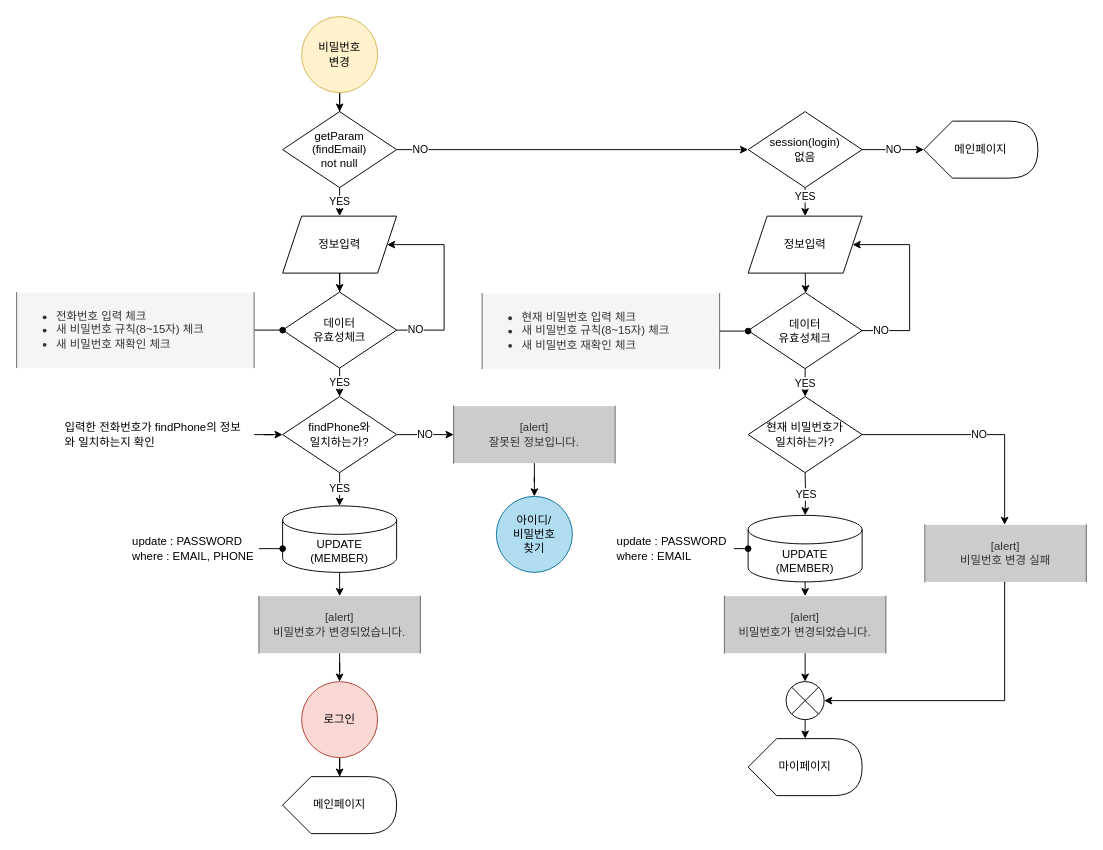
The draw.io diagram page "비밀번호 변경" (5 of 8) of 설계/데이터흐름도/회원 flowchart(혜진).drawio in hjkim27/TEAM_Project, before the edit. Source tidied: cells renumbered, new cells numbered last; positions are measured from the earlier drawing's top-left corner, leaving out a move shared by most shapes. Both pictures are drawn from the tidied source at 95%, with x=0, y=0 at pixel (16, 16).
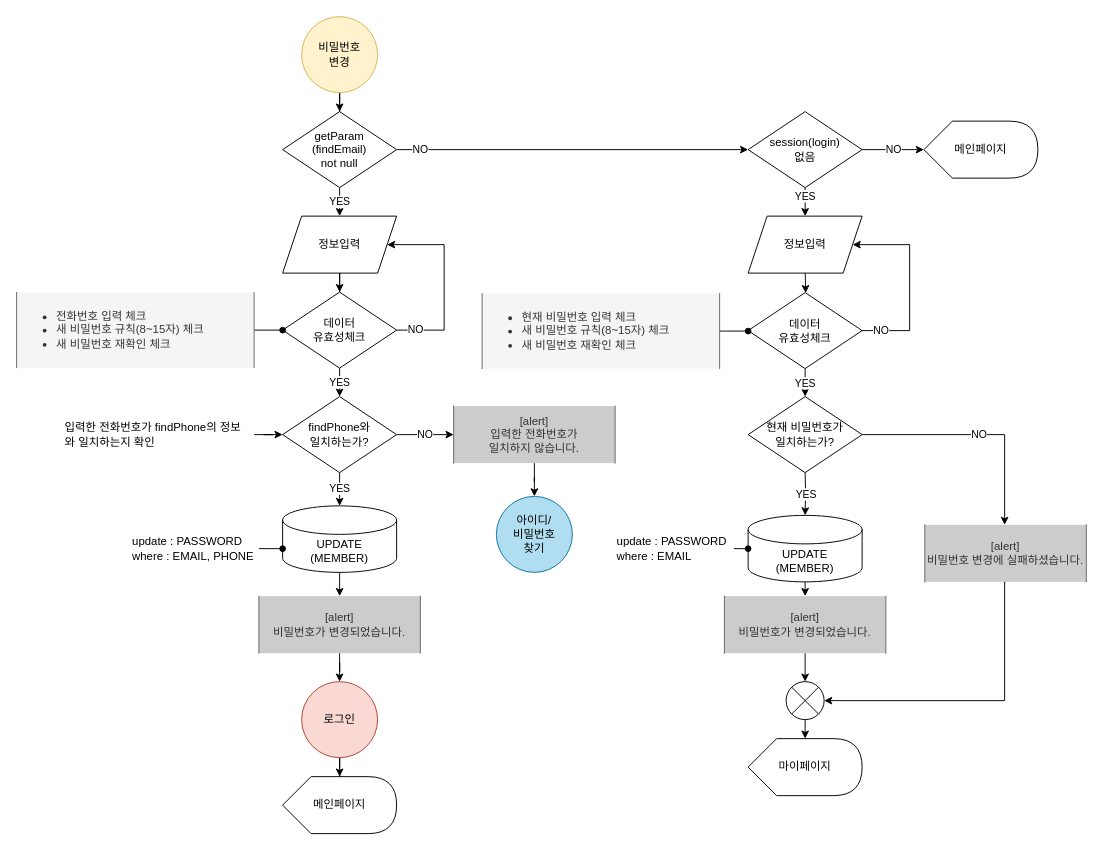
The same diagram, later.

Diff of the diagram source:
```diff
@@
-    <mxCell id="25" value="[alert]&lt;br&gt;잘못된 정보입니다." style="shape=partialRectangle;whiteSpace=wrap;html=1;bottom=0;top=0;fillColor=#CCCCCC;align=center;strokeColor=#666666;fontColor=#333333;" parent="1" vertex="1">
+    <mxCell id="25" value="[alert]&lt;br&gt;입력한 전화번호가&lt;br&gt;일치하지 않습니다." style="shape=partialRectangle;whiteSpace=wrap;html=1;bottom=0;top=0;fillColor=#CCCCCC;align=center;strokeColor=#666666;fontColor=#333333;" parent="1" vertex="1">
       <mxGeometry x="460" y="410" width="170" height="60" as="geometry" />
     </mxCell>
@@
-    <mxCell id="29" value="[alert]&lt;br&gt;비밀번호 변경 실패" style="shape=partialRectangle;whiteSpace=wrap;html=1;bottom=0;top=0;fillColor=#CCCCCC;align=center;strokeColor=#666666;fontColor=#333333;" parent="1" vertex="1">
+    <mxCell id="29" value="[alert]&lt;br&gt;비밀번호 변경에 실패하셨습니다." style="shape=partialRectangle;whiteSpace=wrap;html=1;bottom=0;top=0;fillColor=#CCCCCC;align=center;strokeColor=#666666;fontColor=#333333;" parent="1" vertex="1">
       <mxGeometry x="956" y="535" width="170" height="60" as="geometry" />
     </mxCell>
```
